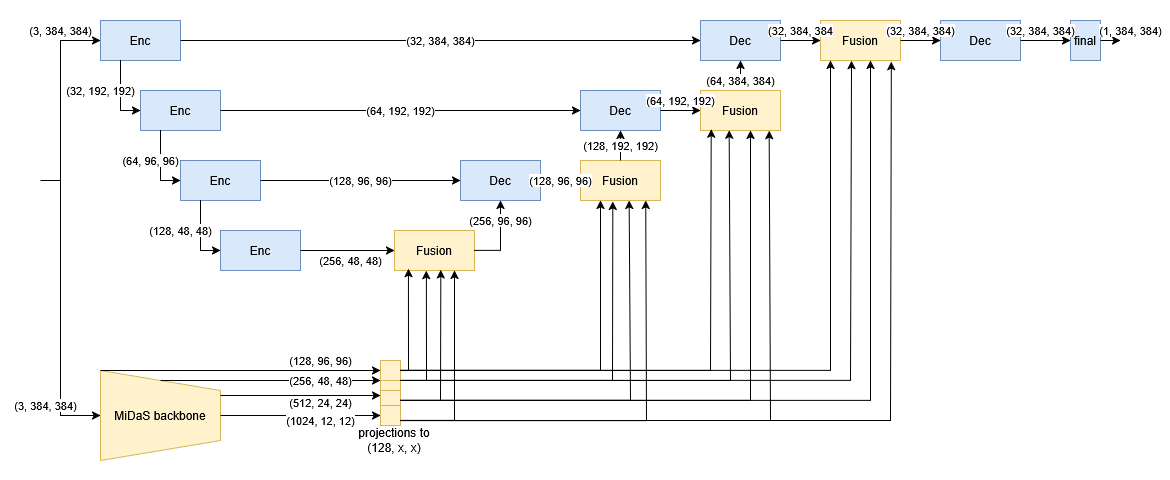
Before: images/UNetPlusMidasWithFSCN.png, a diagram exported from draw.io (TheHummel/cil-monocular-depth). Source tidied: cells renumbered, new cells last; positions are measured from the earlier drawing's top-left corner, leaving out a move shared by most shapes.
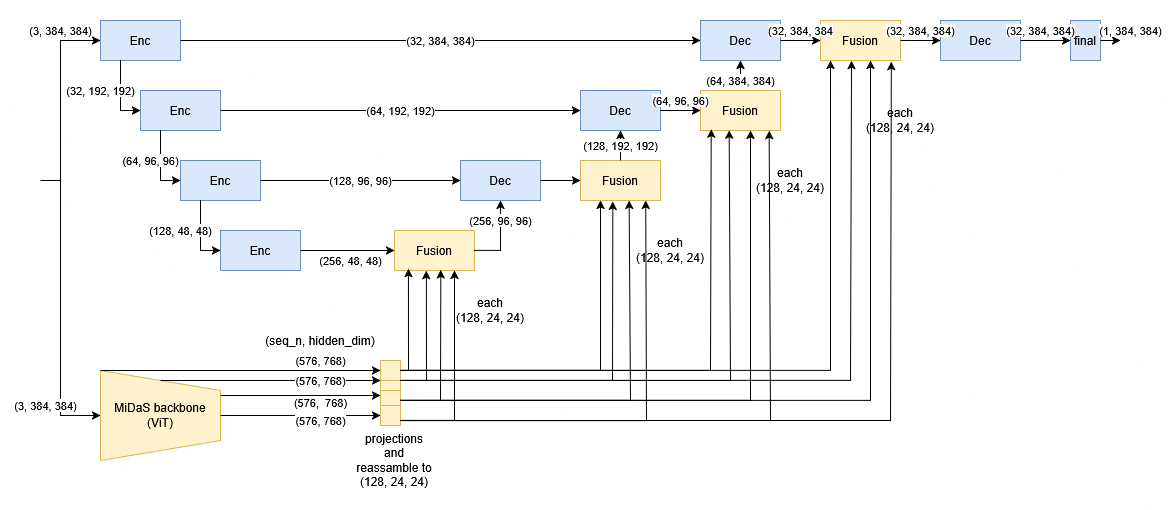
The same file after the commit.

Diff of the diagram source:
```diff
@@ -3,7 +3,7 @@
     <mxCell id="0" />
     <mxCell id="1" parent="0" />
     <mxCell id="2" style="rounded=0;whiteSpace=wrap;html=1;strokeColor=none;" parent="1" vertex="1">
-      <mxGeometry width="1170" height="480" as="geometry" />
+      <mxGeometry width="1170" height="510" as="geometry" />
     </mxCell>
     <mxCell id="3" value="Enc" style="rounded=0;whiteSpace=wrap;html=1;fillColor=#dae8fc;strokeColor=#6c8ebf;" parent="1" vertex="1">
       <mxGeometry x="100" y="20" width="80" height="40" as="geometry" />
@@ -43,7 +43,7 @@
         </Array>
       </mxGeometry>
     </mxCell>
-    <mxCell id="11" value="MiDaS backbone" style="shape=trapezoid;perimeter=trapezoidPerimeter;whiteSpace=wrap;html=1;fixedSize=1;rotation=0;direction=south;fillColor=#fff2cc;strokeColor=#d6b656;" parent="1" vertex="1">
+    <mxCell id="11" value="&lt;div&gt;MiDaS backbone&lt;/div&gt;&lt;div&gt;(ViT)&lt;/div&gt;" style="shape=trapezoid;perimeter=trapezoidPerimeter;whiteSpace=wrap;html=1;fixedSize=1;rotation=0;direction=south;fillColor=#fff2cc;strokeColor=#d6b656;" parent="1" vertex="1">
       <mxGeometry x="100" y="370" width="120" height="90" as="geometry" />
     </mxCell>
     <mxCell id="12" value="(3, 384, 384)" style="endArrow=classic;html=1;rounded=0;entryX=0.5;entryY=1;entryDx=0;entryDy=0;" parent="1" edge="1" target="11">
@@ -60,18 +60,18 @@
         <mxPoint x="40" y="180" as="targetPoint" />
       </mxGeometry>
     </mxCell>
-    <mxCell id="14" value="(128, 96, 96)" style="endArrow=classic;html=1;rounded=0;exitX=0;exitY=1;exitDx=0;exitDy=0;entryX=0;entryY=0.5;entryDx=0;entryDy=0;" parent="1" edge="1" source="11" target="18">
+    <mxCell id="14" value="(576, 768)" style="endArrow=classic;html=1;rounded=0;exitX=0;exitY=1;exitDx=0;exitDy=0;entryX=0;entryY=0.5;entryDx=0;entryDy=0;" parent="1" edge="1" source="11" target="18">
       <mxGeometry x="0.57" y="10" relative="1" as="geometry" />
     </mxCell>
-    <mxCell id="15" value="(256, 48, 48)" style="endArrow=classic;html=1;rounded=0;exitX=0;exitY=0.5;exitDx=0;exitDy=0;entryX=0;entryY=1;entryDx=0;entryDy=0;" parent="1" edge="1" source="11" target="18">
+    <mxCell id="15" value="(576, 768)" style="endArrow=classic;html=1;rounded=0;exitX=0;exitY=0.5;exitDx=0;exitDy=0;entryX=0;entryY=1;entryDx=0;entryDy=0;" parent="1" edge="1" source="11" target="18">
       <mxGeometry x="0.45" relative="1" as="geometry" />
     </mxCell>
-    <mxCell id="16" value="(512, 24, 24)" style="endArrow=classic;html=1;rounded=0;entryX=0;entryY=0.75;entryDx=0;entryDy=0;" parent="1" edge="1" target="19">
+    <mxCell id="16" value="(576,&amp;nbsp; 768)" style="endArrow=classic;html=1;rounded=0;entryX=0;entryY=0.75;entryDx=0;entryDy=0;" parent="1" edge="1" target="19">
       <mxGeometry x="0.25" y="-7" relative="1" as="geometry">
         <mxPoint x="220" y="395" as="sourcePoint" />
       </mxGeometry>
     </mxCell>
-    <mxCell id="17" value="(1024, 12, 12)" style="endArrow=classic;html=1;rounded=0;exitX=0.5;exitY=0;exitDx=0;exitDy=0;entryX=0;entryY=0.5;entryDx=0;entryDy=0;" parent="1" edge="1" source="11" target="21">
+    <mxCell id="17" value="(576, 768)" style="endArrow=classic;html=1;rounded=0;exitX=0.5;exitY=0;exitDx=0;exitDy=0;entryX=0;entryY=0.5;entryDx=0;entryDy=0;" parent="1" edge="1" source="11" target="21">
       <mxGeometry x="0.25" y="-5" relative="1" as="geometry" />
     </mxCell>
     <mxCell id="18" style="rounded=0;whiteSpace=wrap;html=1;fillColor=#fff2cc;strokeColor=#d6b656;" parent="1" vertex="1">
@@ -116,8 +116,8 @@
         </Array>
       </mxGeometry>
     </mxCell>
-    <mxCell id="26" value="&lt;div&gt;projections to (128, x, x)&lt;/div&gt;" style="rounded=0;whiteSpace=wrap;html=1;fillColor=none;strokeColor=none;" parent="1" vertex="1">
-      <mxGeometry x="354" y="430" width="80" height="20" as="geometry" />
+    <mxCell id="26" value="&lt;div&gt;projections and reassamble to (128, 24, 24)&lt;/div&gt;" style="rounded=0;whiteSpace=wrap;html=1;fillColor=none;strokeColor=none;" parent="1" vertex="1">
+      <mxGeometry x="354" y="450" width="80" height="20" as="geometry" />
     </mxCell>
     <mxCell id="27" value="(256, 48, 48)" style="endArrow=classic;html=1;rounded=0;exitX=1;exitY=0.5;exitDx=0;exitDy=0;entryX=0;entryY=0.5;entryDx=0;entryDy=0;" parent="1" edge="1" source="6" target="28">
       <mxGeometry x="0.06" y="-10" relative="1" as="geometry" />
@@ -147,7 +147,7 @@
     <mxCell id="34" value="Fusion" style="rounded=0;whiteSpace=wrap;html=1;fillColor=#fff2cc;strokeColor=#d6b656;" parent="1" vertex="1">
       <mxGeometry x="580" y="160" width="80" height="40" as="geometry" />
     </mxCell>
-    <mxCell id="35" value="(128, 96, 96)" style="endArrow=classic;html=1;rounded=0;exitX=1;exitY=0.5;exitDx=0;exitDy=0;entryX=0;entryY=0.5;entryDx=0;entryDy=0;" parent="1" edge="1" source="29" target="34">
+    <mxCell id="35" style="endArrow=classic;html=1;rounded=0;exitX=1;exitY=0.5;exitDx=0;exitDy=0;entryX=0;entryY=0.5;entryDx=0;entryDy=0;" parent="1" edge="1" source="29" target="34">
       <mxGeometry relative="1" as="geometry" />
     </mxCell>
     <mxCell id="36" value="(128, 192, 192)" style="endArrow=classic;html=1;rounded=0;entryX=0.5;entryY=1;entryDx=0;entryDy=0;exitX=0.5;exitY=0;exitDx=0;exitDy=0;" parent="1" edge="1" source="34" target="31">
@@ -162,7 +162,7 @@
     <mxCell id="39" value="Fusion" style="rounded=0;whiteSpace=wrap;html=1;fillColor=#fff2cc;strokeColor=#d6b656;" parent="1" vertex="1">
       <mxGeometry x="700" y="90" width="80" height="40" as="geometry" />
     </mxCell>
-    <mxCell id="40" value="(64, 192, 192)" style="endArrow=classic;html=1;rounded=0;exitX=1;exitY=0.5;exitDx=0;exitDy=0;entryX=0;entryY=0.5;entryDx=0;entryDy=0;" parent="1" edge="1" source="31" target="39">
+    <mxCell id="40" value="(64, 96, 96)" style="endArrow=classic;html=1;rounded=0;exitX=1;exitY=0.5;exitDx=0;exitDy=0;entryX=0;entryY=0.5;entryDx=0;entryDy=0;" parent="1" edge="1" source="31" target="39">
       <mxGeometry y="10" relative="1" as="geometry" />
     </mxCell>
     <mxCell id="41" value="(64, 384, 384)" style="endArrow=classic;html=1;rounded=0;entryX=0.5;entryY=1;entryDx=0;entryDy=0;" parent="1" edge="1" target="32">
@@ -285,5 +285,23 @@
         </Array>
       </mxGeometry>
     </mxCell>
+    <mxCell id="61" value="(seq_n, hidden_dim)" style="rounded=0;whiteSpace=wrap;html=1;fillColor=none;strokeColor=none;" parent="1" vertex="1">
+      <mxGeometry x="260" y="330" width="120" height="20" as="geometry" />
+    </mxCell>
+    <mxCell id="62" value="&lt;div&gt;each&lt;/div&gt;&lt;div&gt;(128, 24, 24)&lt;/div&gt;" style="rounded=0;whiteSpace=wrap;html=1;fillColor=none;strokeColor=none;" parent="1" vertex="1">
+      <mxGeometry x="450" y="300" width="80" height="20" as="geometry" />
+    </mxCell>
+    <mxCell id="63" value="&lt;div&gt;each&lt;/div&gt;&lt;div&gt;(128, 24, 24)&lt;/div&gt;" style="rounded=0;whiteSpace=wrap;html=1;fillColor=none;strokeColor=none;" parent="1" vertex="1">
+      <mxGeometry x="750" y="170" width="80" height="20" as="geometry" />
+    </mxCell>
+    <mxCell id="64" value="&lt;div&gt;each&lt;/div&gt;&lt;div&gt;(128, 24, 24)&lt;/div&gt;" style="rounded=0;whiteSpace=wrap;html=1;fillColor=none;strokeColor=none;" parent="1" vertex="1">
+      <mxGeometry x="630" y="240" width="80" height="20" as="geometry" />
+    </mxCell>
+    <mxCell id="65" value="&lt;div&gt;each&lt;/div&gt;&lt;div&gt;(128, 24, 24)&lt;/div&gt;" style="rounded=0;whiteSpace=wrap;html=1;fillColor=none;strokeColor=none;" parent="1" vertex="1">
+      <mxGeometry x="860" y="110" width="80" height="20" as="geometry" />
+    </mxCell>
+    <mxCell id="66" style="edgeStyle=orthogonalEdgeStyle;rounded=0;orthogonalLoop=1;jettySize=auto;html=1;exitX=0.5;exitY=1;exitDx=0;exitDy=0;" parent="1" edge="1" source="64" target="64">
+      <mxGeometry relative="1" as="geometry" />
+    </mxCell>
   </root>
 </mxGraphModel>
```
